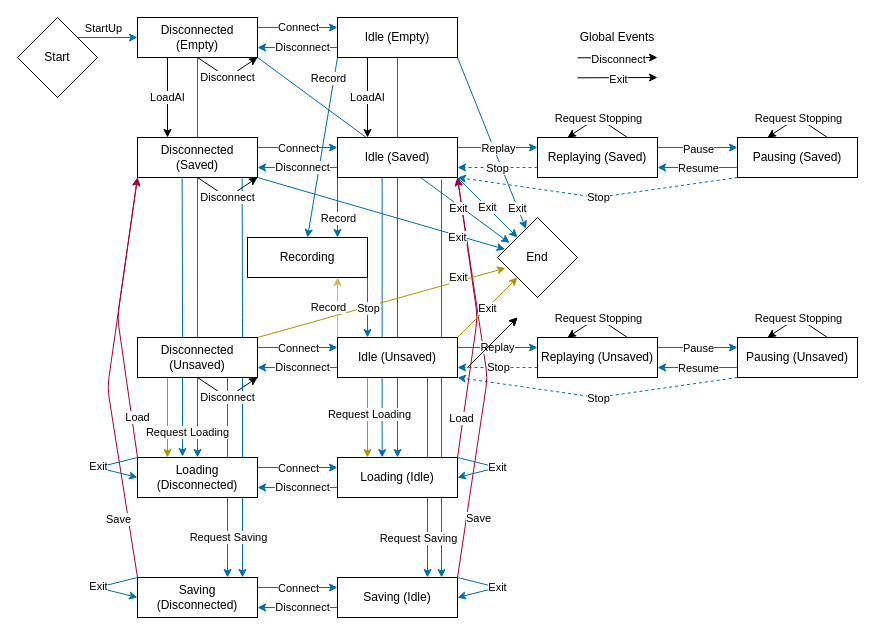
nguyenquyhy/Flight-Recorder keeps this draw.io diagram as Design/States.drawio. Above is the earlier version. Source tidied: cells renumbered, new cells numbered last; positions are measured from the earlier drawing's top-left corner, leaving out a move shared by most shapes. Both pictures are drawn from the tidied source at 100%, with x=0, y=0 at pixel (17, 17).
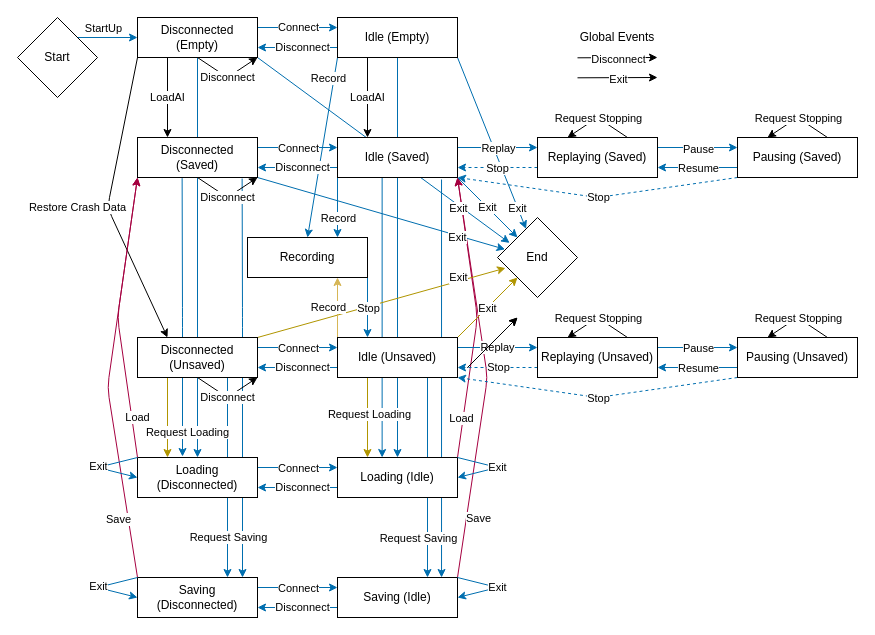
The same page after the edit.

The change refers to these unchanged cells:
```xml
<mxCell id="88" value="Disconnected (Empty)" style="rounded=0;whiteSpace=wrap;html=1;" parent="1" vertex="1">
  <mxGeometry x="120" width="120" height="40" as="geometry" />
</mxCell>
<mxCell id="91" value="Disconnected (Unsaved)" style="rounded=0;whiteSpace=wrap;html=1;" parent="1" vertex="1">
  <mxGeometry x="120" y="320" width="120" height="40" as="geometry" />
</mxCell>
```

What changed in the source:
```diff
@@
+    <mxCell id="135" style="edgeStyle=none;html=1;entryX=0.25;entryY=0;entryDx=0;entryDy=0;exitX=0;exitY=1;exitDx=0;exitDy=0;" parent="1" edge="1" source="88" target="91">
+      <mxGeometry relative="1" as="geometry">
+        <Array as="points">
+          <mxPoint x="90" y="190" />
+        </Array>
+      </mxGeometry>
+    </mxCell>
+    <mxCell id="136" value="Restore Crash Data" style="edgeLabel;html=1;align=center;verticalAlign=middle;" parent="135" vertex="1">
+      <mxGeometry x="-0.06" y="-2" relative="1" as="geometry">
+        <mxPoint x="-31" y="14" as="offset" />
+      </mxGeometry>
+    </mxCell>
```
